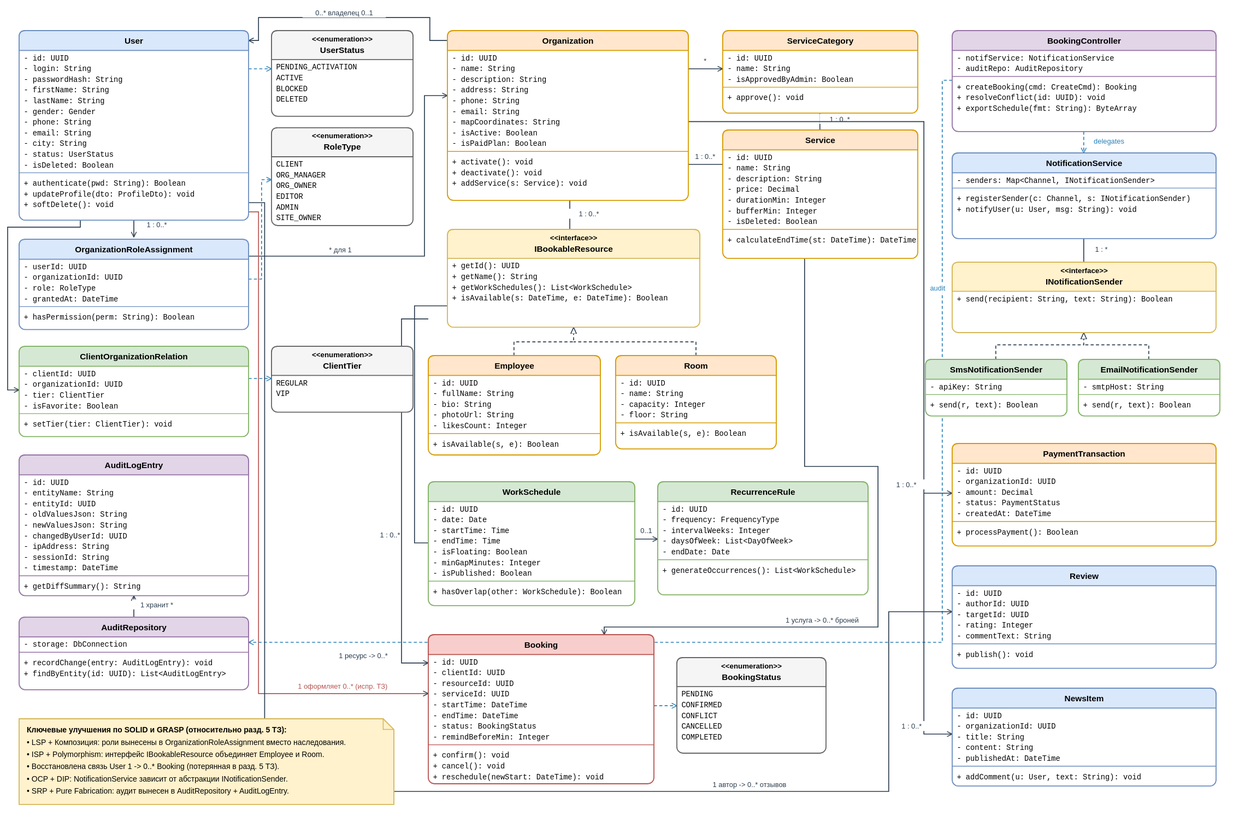
NomenConservandum/informational-systems-and-design-lab-exercises keeps this PlantUML diagram as lab-6/class_diagram.drawio.svg. Above is the earlier version. Its source is kept beside it as lab-6/class_diagram.puml. Its diagram source:
```plantuml
@startuml
skinparam classAttributeIconSize 0
skinparam roundcorner 10

enum UserStatus {
  PENDING_ACTIVATION
  ACTIVE
  BLOCKED
  DELETED
}
enum RoleType {
  CLIENT
  ORG_MANAGER
  ORG_OWNER
  EDITOR
  ADMIN
  SITE_OWNER
}
enum ClientTier {
  REGULAR
  VIP
}
enum BookingStatus {
  PENDING
  CONFIRMED
  CONFLICT
  CANCELLED
  COMPLETED
}

class User {
  - id: UUID
  - login: String
  - passwordHash: String
  - firstName: String
  - lastName: String
  - gender: Gender
  - phone: String
  - email: String
  - city: String
  - status: UserStatus
  - isDeleted: Boolean
  + authenticate(pwd: String): Boolean
  + updateProfile(dto: ProfileDto): void
  + softDelete(): void
}

class OrganizationRoleAssignment {
  - userId: UUID
  - organizationId: UUID
  - role: RoleType
  - grantedAt: DateTime
  + hasPermission(perm: String): Boolean
}

class ClientOrganizationRelation {
  - clientId: UUID
  - organizationId: UUID
  - tier: ClientTier
  - isFavorite: Boolean
  + setTier(tier: ClientTier): void
}

class Organization {
  - id: UUID
  - name: String
  - description: String
  - address: String
  - phone: String
  - email: String
  - mapCoordinates: String
  - isActive: Boolean
  - isPaidPlan: Boolean
  + activate(): void
  + deactivate(): void
  + addService(s: Service): void
}

class ServiceCategory {
  - id: UUID
  - name: String
  - isApprovedByAdmin: Boolean
  + approve(): void
}

class Service {
  - id: UUID
  - name: String
  - description: String
  - price: Decimal
  - durationMin: Integer
  - bufferMin: Integer
  - isDeleted: Boolean
  + calculateEndTime(st: DateTime): DateTime
}

interface IBookableResource {
  + getId(): UUID
  + getName(): String
  + getWorkSchedules(): List<WorkSchedule>
  + isAvailable(s: DateTime, e: DateTime): Boolean
}

class Employee implements IBookableResource {
  - id: UUID
  - fullName: String
  - bio: String
  - photoUrl: String
  - likesCount: Integer
  + isAvailable(s: DateTime, e: DateTime): Boolean
}

class Room implements IBookableResource {
  - id: UUID
  - name: String
  - capacity: Integer
  - floor: String
  + isAvailable(s: DateTime, e: DateTime): Boolean
}

class WorkSchedule {
  - id: UUID
  - date: Date
  - startTime: Time
  - endTime: Time
  - isFloating: Boolean
  - minGapMinutes: Integer
  - isPublished: Boolean
  + hasOverlap(other: WorkSchedule): Boolean
}

class RecurrenceRule {
  - id: UUID
  - frequency: FrequencyType
  - intervalWeeks: Integer
  - daysOfWeek: List<DayOfWeek>
  - endDate: Date
  + generateOccurrences(): List<WorkSchedule>
}

class Booking {
  - id: UUID
  - clientId: UUID
  - resourceId: UUID
  - serviceId: UUID
  - startTime: DateTime
  - endTime: DateTime
  - status: BookingStatus
  - remindBeforeMin: Integer
  + confirm(): void
  + cancel(): void
  + reschedule(newStart: DateTime): void
}

class BookingController {
  - notifService: NotificationService
  - auditRepo: AuditRepository
  + createBooking(cmd: CreateCmd): Booking
  + resolveConflict(id: UUID): void
  + exportSchedule(fmt: String): ByteArray
}

interface INotificationSender {
  + send(recipient: String, text: String): Boolean
}
class SmsNotificationSender implements INotificationSender {
  - apiKey: String
  + send(r: String, text: String): Boolean
}
class EmailNotificationSender implements INotificationSender {
  - smtpHost: String
  + send(r: String, text: String): Boolean
}
class NotificationService {
  - senders: Map<Channel, INotificationSender>
  + registerSender(c: Channel, s: INotificationSender)
  + notifyUser(u: User, msg: String): void
}

class AuditLogEntry {
  - id: UUID
  - entityName: String
  - entityId: UUID
  - oldValuesJson: String
  - newValuesJson: String
  - changedByUserId: UUID
  - ipAddress: String
  - sessionId: String
  - timestamp: DateTime
  + getDiffSummary(): String
}
class AuditRepository {
  - storage: DbConnection
  + recordChange(entry: AuditLogEntry): void
  + findByEntity(id: UUID): List<AuditLogEntry>
}

class PaymentTransaction {
  - id: UUID
  - organizationId: UUID
  - amount: Decimal
  - status: PaymentStatus
  - createdAt: DateTime
  + processPayment(): Boolean
}
class Review {
  - id: UUID
  - authorId: UUID
  - targetId: UUID
  - rating: Integer
  - commentText: String
  + publish(): void
}
class NewsItem {
  - id: UUID
  - organizationId: UUID
  - title: String
  - content: String
  - publishedAt: DateTime
  + addComment(u: User, text: String): void
}

User "1" --> "0..*" Booking : оформляет
User "1" --> "0..*" OrganizationRoleAssignment
Organization "1" <-- "*" OrganizationRoleAssignment
Organization "1" *-- "0..*" Service
ServiceCategory "1" o-- "0..*" Service
Organization "1" o-- "0..*" IBookableResource
IBookableResource "1" *-- "0..*" WorkSchedule
WorkSchedule "0..*" --> "0..1" RecurrenceRule
IBookableResource "1" --> "0..*" Booking
Service "1" --> "0..*" Booking
BookingController ..> NotificationService
BookingController ..> AuditRepository
NotificationService "1" o-- "*" INotificationSender
AuditRepository "1" --> "*" AuditLogEntry
@enduml
```
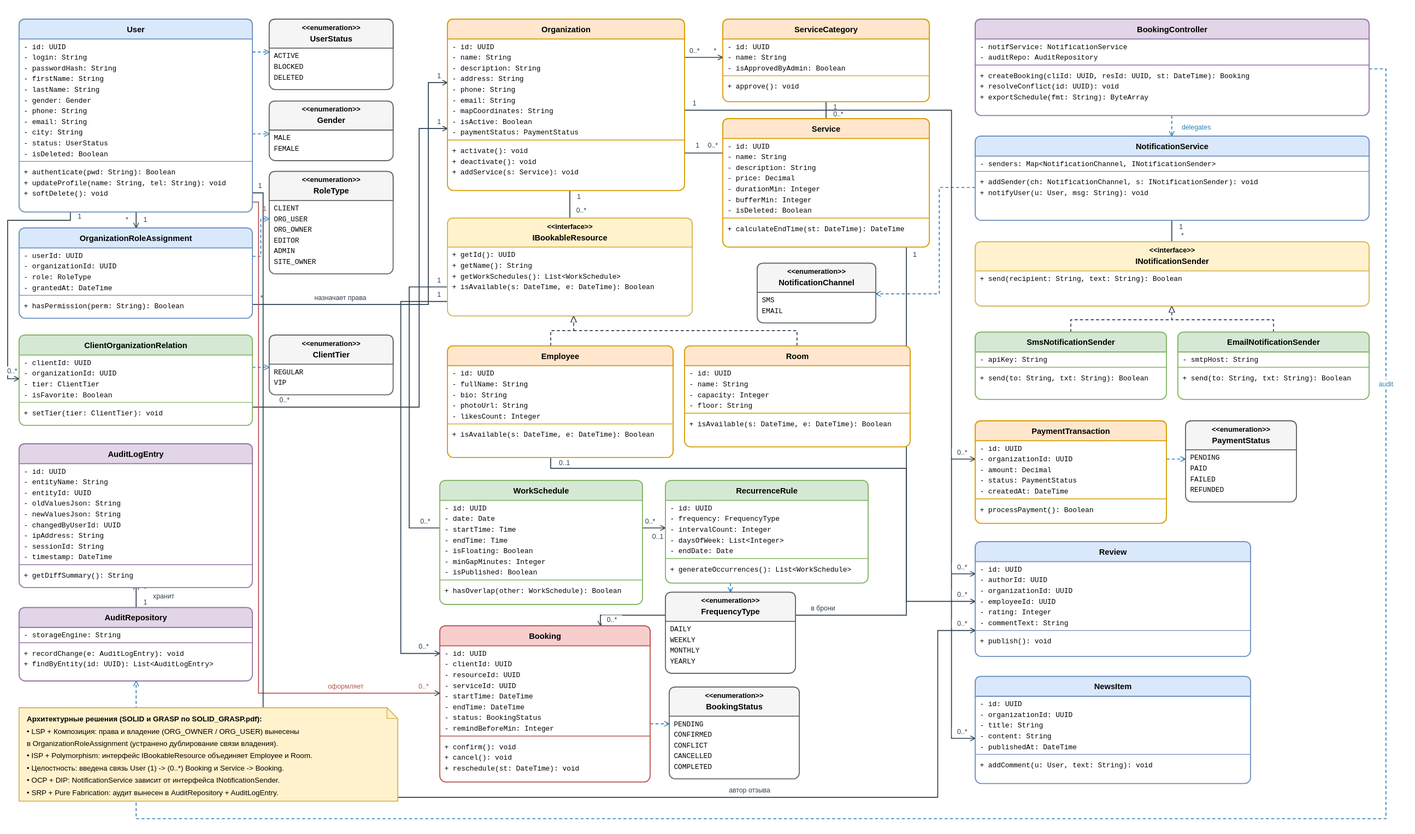
Later version of the same file.

What changed in the source:
```diff
@@ -1,32 +1,6 @@
 @startuml
 skinparam classAttributeIconSize 0
-skinparam roundcorner 10
-
-enum UserStatus {
-  PENDING_ACTIVATION
-  ACTIVE
-  BLOCKED
-  DELETED
-}
-enum RoleType {
-  CLIENT
-  ORG_MANAGER
-  ORG_OWNER
-  EDITOR
-  ADMIN
-  SITE_OWNER
-}
-enum ClientTier {
-  REGULAR
-  VIP
-}
-enum BookingStatus {
-  PENDING
-  CONFIRMED
-  CONFLICT
-  CANCELLED
-  COMPLETED
-}
+skinparam roundcorner 8
 
 class User {
   - id: UUID
@@ -41,8 +15,28 @@
   - status: UserStatus
   - isDeleted: Boolean
   + authenticate(pwd: String): Boolean
-  + updateProfile(dto: ProfileDto): void
+  + updateProfile(name: String, tel: String): void
   + softDelete(): void
+}
+
+enum UserStatus {
+  ACTIVE
+  BLOCKED
+  DELETED
+}
+
+enum Gender {
+  MALE
+  FEMALE
+}
+
+enum RoleType {
+  CLIENT
+  ORG_USER
+  ORG_OWNER
+  EDITOR
+  ADMIN
+  SITE_OWNER
 }
 
 class OrganizationRoleAssignment {
@@ -61,6 +55,30 @@
   + setTier(tier: ClientTier): void
 }
 
+enum ClientTier {
+  REGULAR
+  VIP
+}
+
+class AuditLogEntry {
+  - id: UUID
+  - entityName: String
+  - entityId: UUID
+  - oldValuesJson: String
+  - newValuesJson: String
+  - changedByUserId: UUID
+  - ipAddress: String
+  - sessionId: String
+  - timestamp: DateTime
+  + getDiffSummary(): String
+}
+
+class AuditRepository {
+  - storageEngine: String
+  + recordChange(e: AuditLogEntry): void
+  + findByEntity(id: UUID): List<AuditLogEntry>
+}
+
 class Organization {
   - id: UUID
   - name: String
@@ -70,7 +88,7 @@
   - email: String
   - mapCoordinates: String
   - isActive: Boolean
-  - isPaidPlan: Boolean
+  - paymentStatus: PaymentStatus
   + activate(): void
   + deactivate(): void
   + addService(s: Service): void
@@ -101,7 +119,7 @@
   + isAvailable(s: DateTime, e: DateTime): Boolean
 }
 
-class Employee implements IBookableResource {
+class Employee {
   - id: UUID
   - fullName: String
   - bio: String
@@ -110,7 +128,7 @@
   + isAvailable(s: DateTime, e: DateTime): Boolean
 }
 
-class Room implements IBookableResource {
+class Room {
   - id: UUID
   - name: String
   - capacity: Integer
@@ -132,10 +150,17 @@
 class RecurrenceRule {
   - id: UUID
   - frequency: FrequencyType
-  - intervalWeeks: Integer
-  - daysOfWeek: List<DayOfWeek>
+  - intervalCount: Integer
+  - daysOfWeek: List<Integer>
   - endDate: Date
   + generateOccurrences(): List<WorkSchedule>
+}
+
+enum FrequencyType {
+  DAILY
+  WEEKLY
+  MONTHLY
+  YEARLY
 }
 
 class Booking {
@@ -149,50 +174,48 @@
   - remindBeforeMin: Integer
   + confirm(): void
   + cancel(): void
-  + reschedule(newStart: DateTime): void
+  + reschedule(st: DateTime): void
+}
+
+enum BookingStatus {
+  PENDING
+  CONFIRMED
+  CONFLICT
+  CANCELLED
+  COMPLETED
 }
 
 class BookingController {
   - notifService: NotificationService
   - auditRepo: AuditRepository
-  + createBooking(cmd: CreateCmd): Booking
+  + createBooking(cliId: UUID, resId: UUID, st: DateTime): Booking
   + resolveConflict(id: UUID): void
   + exportSchedule(fmt: String): ByteArray
+}
+
+class NotificationService {
+  - senders: Map<NotificationChannel, INotificationSender>
+  + addSender(ch: NotificationChannel, s: INotificationSender): void
+  + notifyUser(u: User, msg: String): void
+}
+
+enum NotificationChannel {
+  SMS
+  EMAIL
 }
 
 interface INotificationSender {
   + send(recipient: String, text: String): Boolean
 }
-class SmsNotificationSender implements INotificationSender {
+
+class SmsNotificationSender {
   - apiKey: String
-  + send(r: String, text: String): Boolean
-}
-class EmailNotificationSender implements INotificationSender {
-  - smtpHost: String
-  + send(r: String, text: String): Boolean
-}
-class NotificationService {
-  - senders: Map<Channel, INotificationSender>
-  + registerSender(c: Channel, s: INotificationSender)
-  + notifyUser(u: User, msg: String): void
+  + send(to: String, txt: String): Boolean
 }
 
-class AuditLogEntry {
-  - id: UUID
-  - entityName: String
-  - entityId: UUID
-  - oldValuesJson: String
-  - newValuesJson: String
-  - changedByUserId: UUID
-  - ipAddress: String
-  - sessionId: String
-  - timestamp: DateTime
-  + getDiffSummary(): String
-}
-class AuditRepository {
-  - storage: DbConnection
-  + recordChange(entry: AuditLogEntry): void
-  + findByEntity(id: UUID): List<AuditLogEntry>
+class EmailNotificationSender {
+  - smtpHost: String
+  + send(to: String, txt: String): Boolean
 }
 
 class PaymentTransaction {
@@ -203,14 +226,24 @@
   - createdAt: DateTime
   + processPayment(): Boolean
 }
+
+enum PaymentStatus {
+  PENDING
+  PAID
+  FAILED
+  REFUNDED
+}
+
 class Review {
   - id: UUID
   - authorId: UUID
-  - targetId: UUID
+  - organizationId: UUID
+  - employeeId: UUID
   - rating: Integer
   - commentText: String
   + publish(): void
 }
+
 class NewsItem {
   - id: UUID
   - organizationId: UUID
@@ -220,18 +253,38 @@
   + addComment(u: User, text: String): void
 }
 
-User "1" --> "0..*" Booking : оформляет
-User "1" --> "0..*" OrganizationRoleAssignment
-Organization "1" <-- "*" OrganizationRoleAssignment
-Organization "1" *-- "0..*" Service
-ServiceCategory "1" o-- "0..*" Service
-Organization "1" o-- "0..*" IBookableResource
-IBookableResource "1" *-- "0..*" WorkSchedule
-WorkSchedule "0..*" --> "0..1" RecurrenceRule
-IBookableResource "1" --> "0..*" Booking
-Service "1" --> "0..*" Booking
-BookingController ..> NotificationService
-BookingController ..> AuditRepository
-NotificationService "1" o-- "*" INotificationSender
-AuditRepository "1" --> "*" AuditLogEntry
+User ..> UserStatus
+User ..> Gender
+User --> OrganizationRoleAssignment : назначается
+OrganizationRoleAssignment --> Organization : к организации
+OrganizationRoleAssignment ..> RoleType
+User --> ClientOrganizationRelation
+ClientOrganizationRelation --> Organization
+ClientOrganizationRelation ..> ClientTier
+User --> Booking : оформляет
+AuditRepository --> AuditLogEntry : хранит
+Organization --> ServiceCategory : использует
+ServiceCategory o-- Service
+Organization *-- Service
+Organization o-- IBookableResource
+Employee ..|> IBookableResource
+Room ..|> IBookableResource
+IBookableResource *-- WorkSchedule
+WorkSchedule --> RecurrenceRule : повторяется
+RecurrenceRule ..> FrequencyType
+IBookableResource --> Booking : бронируется
+Service --> Booking : в брони
+Booking ..> BookingStatus
+BookingController ..> NotificationService : delegates
+BookingController ..> AuditRepository : audit
+NotificationService ..> NotificationChannel
+NotificationService o-- INotificationSender
+SmsNotificationSender ..|> INotificationSender
+EmailNotificationSender ..|> INotificationSender
+Organization --> PaymentTransaction
+PaymentTransaction ..> PaymentStatus
+Organization *-- NewsItem
+User --> Review : автор
+Organization --> Review
+Employee --> Review
 @enduml
```
